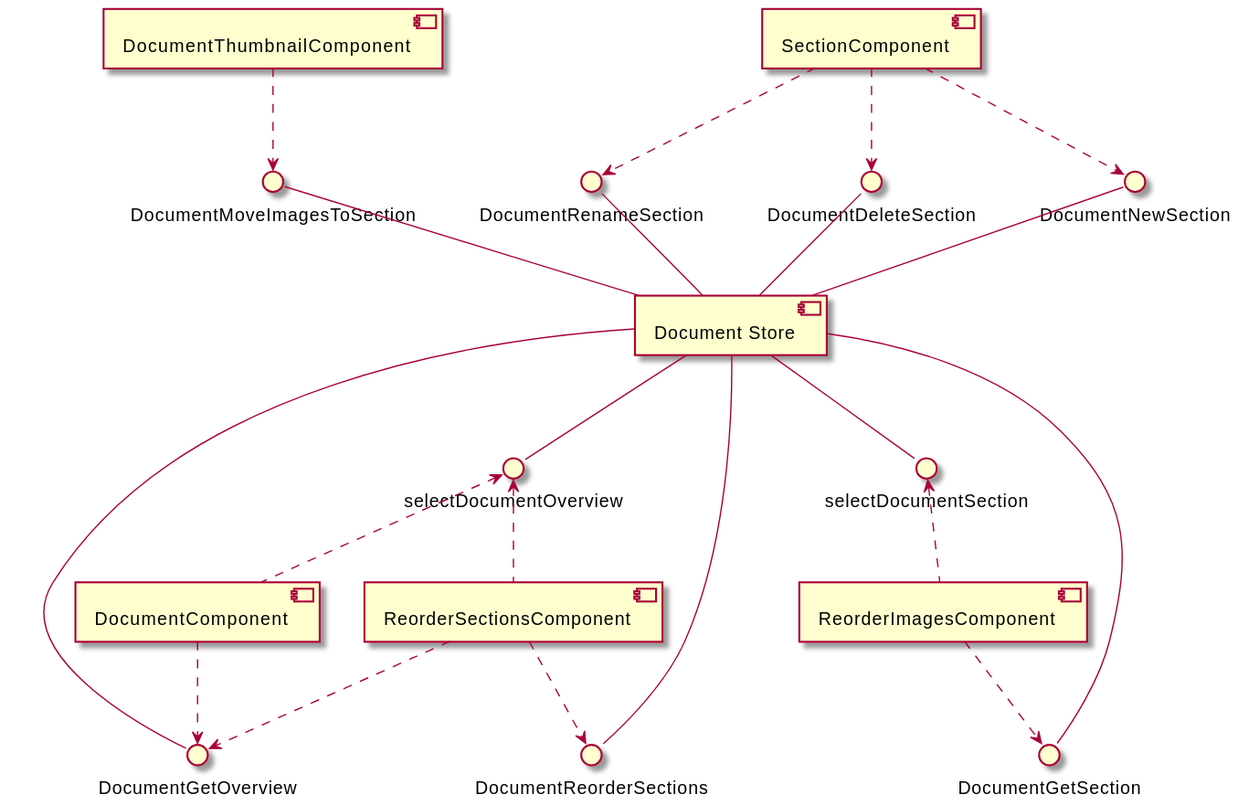
Above: documentation/out/puml/angular/document_store_component.svg in HISPAMUS/muret (PlantUML), before the change. Source of this version:
```plantuml
@startuml document_store_component
    [Document Store]
    DocumentGetOverview -- [Document Store]
    DocumentMoveImagesToSection -- [Document Store]
    DocumentNewSection -- [Document Store]
    DocumentRenameSection -- [Document Store]
    DocumentDeleteSection -- [Document Store]
    DocumentReorderSections -- [Document Store]
    DocumentGetSection -- [Document Store]

    [Document Store] -- selectDocumentOverview
    [Document Store] -- selectDocumentSection


    [DocumentComponent] ..> DocumentGetOverview
    [ReorderSectionsComponent] ..> DocumentGetOverview
    [DocumentThumbnailComponent] ..> DocumentMoveImagesToSection
    [SectionComponent] ..> DocumentNewSection
    [SectionComponent] ..> DocumentRenameSection
    [SectionComponent] ..> DocumentDeleteSection
    [ReorderSectionsComponent] ..> DocumentReorderSections
    [ReorderImagesComponent] ..> DocumentGetSection

    selectDocumentOverview <.. [DocumentComponent]
    selectDocumentOverview <.. [ReorderSectionsComponent]
    selectDocumentSection <.. [ReorderImagesComponent]
@enduml
```
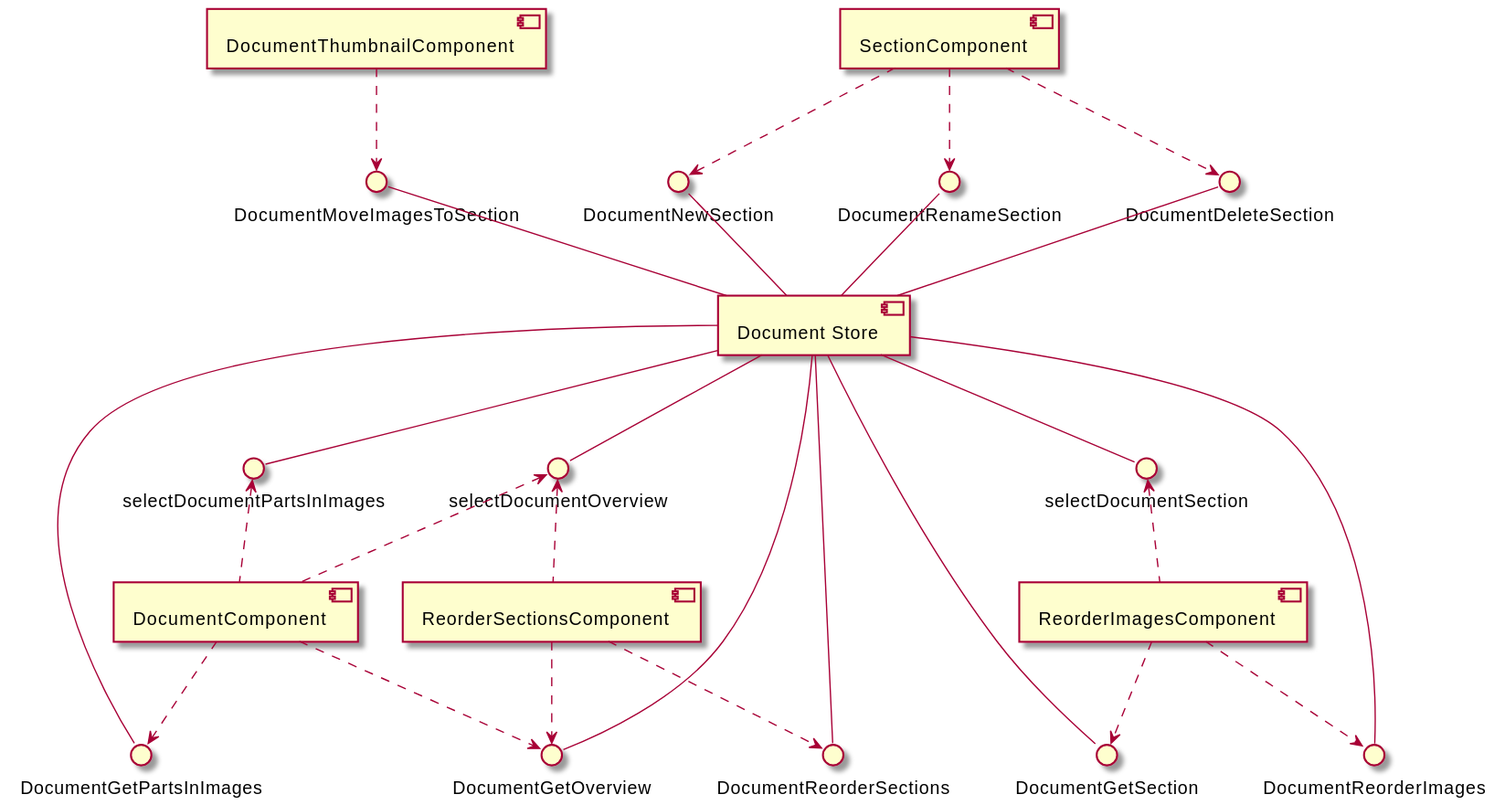
Above is the later version.

What changed in the source:
```diff
@@ -7,9 +7,12 @@
     DocumentDeleteSection -- [Document Store]
     DocumentReorderSections -- [Document Store]
     DocumentGetSection -- [Document Store]
+    DocumentReorderImages -- [Document Store]
+    DocumentGetPartsInImages -- [Document Store]
 
     [Document Store] -- selectDocumentOverview
     [Document Store] -- selectDocumentSection
+    [Document Store] -- selectDocumentPartsInImages
 
 
     [DocumentComponent] ..> DocumentGetOverview
@@ -20,8 +23,11 @@
     [SectionComponent] ..> DocumentDeleteSection
     [ReorderSectionsComponent] ..> DocumentReorderSections
     [ReorderImagesComponent] ..> DocumentGetSection
+    [ReorderImagesComponent] ..> DocumentReorderImages
+    [DocumentComponent] ..> DocumentGetPartsInImages
 
     selectDocumentOverview <.. [DocumentComponent]
     selectDocumentOverview <.. [ReorderSectionsComponent]
     selectDocumentSection <.. [ReorderImagesComponent]
+    selectDocumentPartsInImages <.. [DocumentComponent]
 @enduml
```
